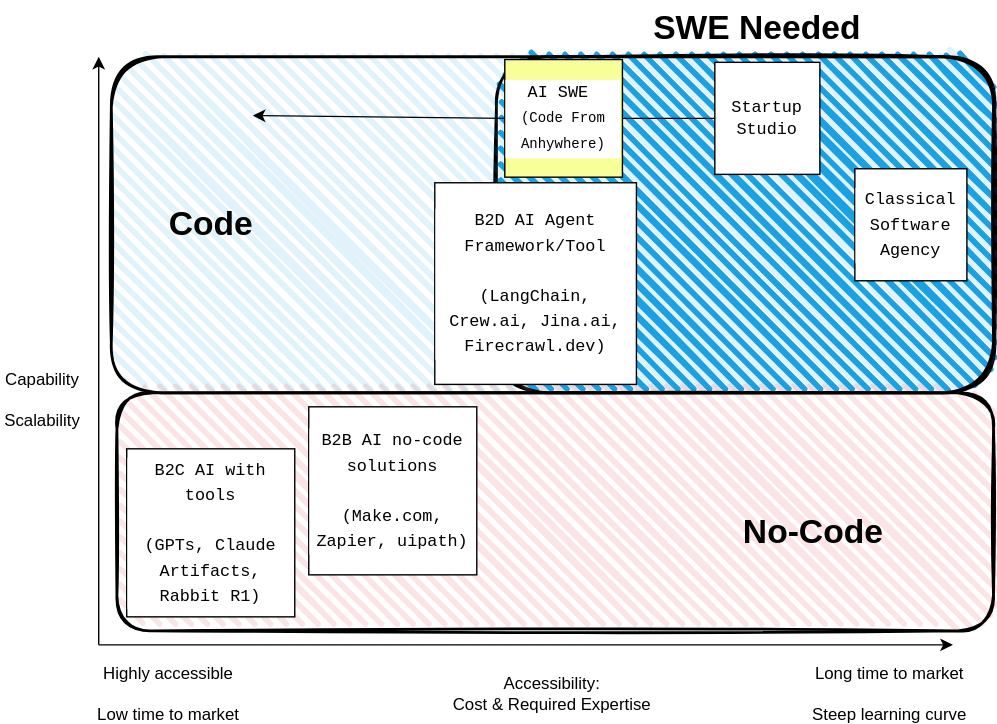
The draw.io diagram public/pitchdeck/landscape-cfa.drawio.svg in CodeFromAnywhere/actionschema-homepage, before a commit. Source tidied: cells renumbered, new cells last; positions are measured from the earlier drawing's top-left corner, leaving out a move shared by most shapes.
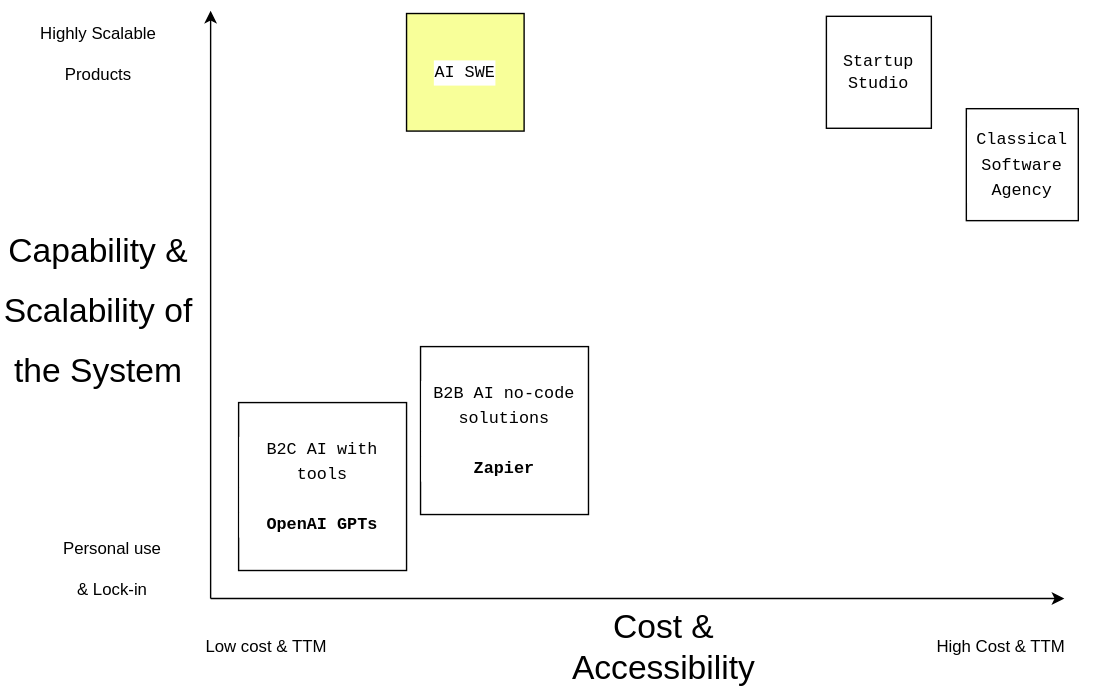
After the commit.

Diff of the diagram source:
```diff
@@ -2,44 +2,29 @@
   <root>
     <mxCell id="0" />
     <mxCell id="1" parent="0" />
-    <mxCell id="2" style="rounded=1;whiteSpace=wrap;html=1;strokeWidth=2;fillWeight=4;hachureGap=8;hachureAngle=45;fillColor=#1ba1e2;sketch=1;" parent="1" vertex="1">
-      <mxGeometry x="354" y="40" width="356" height="240" as="geometry" />
-    </mxCell>
-    <mxCell id="3" style="rounded=1;whiteSpace=wrap;html=1;strokeWidth=2;fillWeight=4;hachureGap=8;hachureAngle=45;fillColor=#E2394422;sketch=1;" parent="1" vertex="1">
-      <mxGeometry x="83" y="280" width="626" height="170" as="geometry" />
-    </mxCell>
-    <mxCell id="4" style="rounded=1;whiteSpace=wrap;html=1;strokeWidth=2;fillWeight=4;hachureGap=8;hachureAngle=45;fillColor=#1BA1E222;sketch=1;" parent="1" vertex="1">
-      <mxGeometry x="79" y="40" width="630" height="240" as="geometry" />
-    </mxCell>
-    <mxCell id="5" value="Capability&lt;br&gt;&lt;br&gt;Scalability" style="text;html=1;strokeColor=none;fillColor=none;align=center;verticalAlign=middle;whiteSpace=wrap;rounded=0;" parent="1" vertex="1">
-      <mxGeometry y="270" width="60" height="30" as="geometry" />
-    </mxCell>
-    <mxCell id="6" value="Accessibility:&lt;br&gt;Cost &amp;amp; Required Expertise" style="text;html=1;strokeColor=none;fillColor=none;align=center;verticalAlign=middle;whiteSpace=wrap;rounded=0;" parent="1" vertex="1">
+    <mxCell id="6" value="&lt;font style=&quot;font-size: 24px;&quot;&gt;Cost &amp;amp; Accessibility&lt;/font&gt;" style="text;html=1;strokeColor=none;fillColor=none;align=center;verticalAlign=middle;whiteSpace=wrap;rounded=0;" parent="1" vertex="1">
       <mxGeometry x="314" y="480" width="160" height="30" as="geometry" />
     </mxCell>
-    <mxCell id="7" value="&lt;div style=&quot;background-color: rgb(255, 255, 255); font-family: Menlo, Monaco, &amp;quot;Courier New&amp;quot;, monospace; line-height: 18px;&quot;&gt;B2C AI with tools&lt;/div&gt;&lt;div style=&quot;background-color: rgb(255, 255, 255); font-family: Menlo, Monaco, &amp;quot;Courier New&amp;quot;, monospace; line-height: 18px;&quot;&gt;&lt;br&gt;&lt;/div&gt;&lt;div style=&quot;background-color: rgb(255, 255, 255); font-family: Menlo, Monaco, &amp;quot;Courier New&amp;quot;, monospace; line-height: 18px;&quot;&gt;(GPTs, Claude Artifacts, Rabbit R1)&lt;/div&gt;" style="whiteSpace=wrap;html=1;" parent="1" vertex="1">
+    <mxCell id="7" value="&lt;div style=&quot;background-color: rgb(255, 255, 255); font-family: Menlo, Monaco, &amp;quot;Courier New&amp;quot;, monospace; line-height: 18px;&quot;&gt;B2C AI with tools&lt;/div&gt;&lt;div style=&quot;background-color: rgb(255, 255, 255); font-family: Menlo, Monaco, &amp;quot;Courier New&amp;quot;, monospace; line-height: 18px;&quot;&gt;&lt;br&gt;&lt;/div&gt;&lt;div style=&quot;background-color: rgb(255, 255, 255); font-family: Menlo, Monaco, &amp;quot;Courier New&amp;quot;, monospace; line-height: 18px;&quot;&gt;&lt;b&gt;OpenAI GPTs&lt;/b&gt;&lt;/div&gt;" style="whiteSpace=wrap;html=1;" parent="1" vertex="1">
       <mxGeometry x="90" y="320" width="120" height="120" as="geometry" />
     </mxCell>
-    <mxCell id="8" value="&lt;div style=&quot;background-color: rgb(255, 255, 255); font-family: Menlo, Monaco, &amp;quot;Courier New&amp;quot;, monospace; line-height: 18px;&quot;&gt;B2B AI no-code solutions&lt;/div&gt;&lt;div style=&quot;background-color: rgb(255, 255, 255); font-family: Menlo, Monaco, &amp;quot;Courier New&amp;quot;, monospace; line-height: 18px;&quot;&gt;&lt;br&gt;&lt;/div&gt;&lt;div style=&quot;background-color: rgb(255, 255, 255); font-family: Menlo, Monaco, &amp;quot;Courier New&amp;quot;, monospace; line-height: 18px;&quot;&gt;(Make.com, Zapier, uipath)&lt;/div&gt;" style="rounded=0;whiteSpace=wrap;html=1;" parent="1" vertex="1">
-      <mxGeometry x="220" y="290" width="120" height="120" as="geometry" />
+    <mxCell id="8" value="&lt;div style=&quot;background-color: rgb(255, 255, 255); font-family: Menlo, Monaco, &amp;quot;Courier New&amp;quot;, monospace; line-height: 18px;&quot;&gt;B2B AI no-code solutions&lt;/div&gt;&lt;div style=&quot;background-color: rgb(255, 255, 255); font-family: Menlo, Monaco, &amp;quot;Courier New&amp;quot;, monospace; line-height: 18px;&quot;&gt;&lt;br&gt;&lt;/div&gt;&lt;div style=&quot;background-color: rgb(255, 255, 255); font-family: Menlo, Monaco, &amp;quot;Courier New&amp;quot;, monospace; line-height: 18px;&quot;&gt;&lt;b&gt;Zapier&lt;/b&gt;&lt;/div&gt;" style="rounded=0;whiteSpace=wrap;html=1;" parent="1" vertex="1">
+      <mxGeometry x="220" y="280" width="120" height="120" as="geometry" />
     </mxCell>
     <mxCell id="9" value="&lt;div style=&quot;background-color: rgb(255, 255, 255); font-family: Menlo, Monaco, &amp;quot;Courier New&amp;quot;, monospace; line-height: 18px;&quot;&gt;Classical Software Agency&lt;/div&gt;" style="whiteSpace=wrap;html=1;" parent="1" vertex="1">
-      <mxGeometry x="610" y="120" width="80" height="80" as="geometry" />
+      <mxGeometry x="610" y="110" width="80" height="80" as="geometry" />
     </mxCell>
-    <mxCell id="10" value="&lt;div style=&quot;background-color: rgb(255, 255, 255); font-family: Menlo, Monaco, &amp;quot;Courier New&amp;quot;, monospace; line-height: 18px;&quot;&gt;&lt;div style=&quot;line-height: 18px;&quot;&gt;B2D AI Agent Framework/Tool&lt;/div&gt;&lt;div style=&quot;line-height: 18px;&quot;&gt;&lt;br&gt;&lt;/div&gt;&lt;div style=&quot;line-height: 18px;&quot;&gt;&lt;div style=&quot;line-height: 18px;&quot;&gt;(LangChain, Crew.ai, Jina.ai, Firecrawl.dev)&lt;/div&gt;&lt;/div&gt;&lt;/div&gt;" style="whiteSpace=wrap;html=1;" parent="1" vertex="1">
-      <mxGeometry x="310" y="130" width="144" height="144" as="geometry" />
-    </mxCell>
     <mxCell id="11" style="endArrow=classic;html=1;" parent="1" edge="1">
       <mxGeometry relative="1" as="geometry">
         <mxPoint x="70" y="460" as="sourcePoint" />
         <mxPoint x="680" y="460" as="targetPoint" />
       </mxGeometry>
     </mxCell>
-    <mxCell id="12" value="Highly accessible&lt;br&gt;&lt;br&gt;Low time to market" style="text;html=1;strokeColor=none;fillColor=none;align=center;verticalAlign=middle;whiteSpace=wrap;rounded=0;" parent="1" vertex="1">
-      <mxGeometry x="60" y="480" width="120" height="30" as="geometry" />
+    <mxCell id="12" value="Low cost &amp;amp; TTM" style="text;html=1;strokeColor=none;fillColor=none;align=center;verticalAlign=middle;whiteSpace=wrap;rounded=0;" parent="1" vertex="1">
+      <mxGeometry x="50" y="480" width="120" height="30" as="geometry" />
     </mxCell>
-    <mxCell id="13" value="Long time to market&lt;br&gt;&lt;br&gt;Steep learning curve" style="text;html=1;strokeColor=none;fillColor=none;align=center;verticalAlign=middle;whiteSpace=wrap;rounded=0;" parent="1" vertex="1">
-      <mxGeometry x="570" y="480" width="130" height="30" as="geometry" />
+    <mxCell id="13" value="High Cost &amp;amp; TTM" style="text;html=1;strokeColor=none;fillColor=none;align=center;verticalAlign=middle;whiteSpace=wrap;rounded=0;" parent="1" vertex="1">
+      <mxGeometry x="570" y="470" width="130" height="50" as="geometry" />
     </mxCell>
     <mxCell id="14" style="endArrow=classic;html=1;" parent="1" edge="1">
       <mxGeometry relative="1" as="geometry">
@@ -47,28 +32,20 @@
         <mxPoint x="70" y="40" as="targetPoint" />
       </mxGeometry>
     </mxCell>
-    <mxCell id="15" style="endArrow=classic;html=1;exitX=0;exitY=0.5;exitDx=0;exitDy=0;startArrow=none;" parent="1" edge="1" source="18">
-      <mxGeometry relative="1" as="geometry">
-        <mxPoint x="180" y="82" as="targetPoint" />
-      </mxGeometry>
-    </mxCell>
     <mxCell id="16" value="&lt;span style=&quot;font-family: Menlo, Monaco, &amp;quot;Courier New&amp;quot;, monospace; background-color: rgb(255, 255, 255);&quot;&gt;Startup Studio&lt;/span&gt;" style="rounded=0;whiteSpace=wrap;html=1;" parent="1" vertex="1">
       <mxGeometry x="510" y="44" width="75" height="80" as="geometry" />
     </mxCell>
-    <mxCell id="17" style="endArrow=none;html=1;exitX=0;exitY=0.5;exitDx=0;exitDy=0;" parent="1" edge="1" source="16" target="18">
-      <mxGeometry relative="1" as="geometry" />
-    </mxCell>
-    <mxCell id="18" value="&lt;div style=&quot;border-color: var(--border-color); background-color: rgb(255, 255, 255); font-family: Menlo, Monaco, &amp;quot;Courier New&amp;quot;, monospace; line-height: 18px;&quot;&gt;AI SWE&amp;nbsp;&lt;/div&gt;&lt;div style=&quot;border-color: var(--border-color); background-color: rgb(255, 255, 255); font-family: Menlo, Monaco, &amp;quot;Courier New&amp;quot;, monospace; line-height: 18px;&quot;&gt;&lt;font style=&quot;font-size: 10px;&quot;&gt;(Code From Anhywhere)&lt;/font&gt;&lt;/div&gt;" style="whiteSpace=wrap;html=1;fillColor=#F8FF99;" parent="1" vertex="1">
-      <mxGeometry x="360" y="42" width="84" height="84" as="geometry" />
+    <mxCell id="18" value="&lt;div style=&quot;border-color: var(--border-color); background-color: rgb(255, 255, 255); font-family: Menlo, Monaco, &amp;quot;Courier New&amp;quot;, monospace; line-height: 18px;&quot;&gt;AI SWE&lt;/div&gt;" style="whiteSpace=wrap;html=1;fillColor=#F8FF99;" parent="1" vertex="1">
+      <mxGeometry x="210" y="42" width="84" height="84" as="geometry" />
     </mxCell>
-    <mxCell id="19" value="Code" style="text;strokeColor=none;fillColor=none;html=1;fontSize=24;fontStyle=1;verticalAlign=middle;align=center;" parent="1" vertex="1">
-      <mxGeometry x="100" y="140" width="100" height="40" as="geometry" />
-    </mxCell>
-    <mxCell id="20" value="No-Code" style="text;strokeColor=none;fillColor=none;html=1;fontSize=24;fontStyle=1;verticalAlign=middle;align=center;" parent="1" vertex="1">
-      <mxGeometry x="530" y="360" width="100" height="40" as="geometry" />
-    </mxCell>
-    <mxCell id="21" value="SWE Needed" style="text;strokeColor=none;fillColor=none;html=1;fontSize=24;fontStyle=1;verticalAlign=middle;align=center;" parent="1" vertex="1">
-      <mxGeometry x="490" width="100" height="40" as="geometry" />
+    <mxCell id="21" value="&lt;font style=&quot;font-size: 24px;&quot;&gt;Capability &amp;amp; Scalability of the System&lt;/font&gt;" style="text;html=1;strokeColor=none;fillColor=none;align=center;verticalAlign=middle;whiteSpace=wrap;rounded=0;fontSize=36;" parent="1" vertex="1">
+      <mxGeometry x="-80" y="190" width="140" height="120" as="geometry" />
     </mxCell>
+    <mxCell id="22" value="&lt;font style=&quot;font-size: 12px;&quot;&gt;Personal use &amp;amp; Lock-in&lt;/font&gt;" style="text;html=1;strokeColor=none;fillColor=none;align=center;verticalAlign=middle;whiteSpace=wrap;rounded=0;fontSize=24;" parent="1" vertex="1">
+      <mxGeometry x="-40" y="410" width="80" height="50" as="geometry" />
+    </mxCell>
+    <mxCell id="23" value="&lt;font style=&quot;font-size: 12px;&quot;&gt;Highly Scalable Products&lt;/font&gt;" style="text;html=1;strokeColor=none;fillColor=none;align=center;verticalAlign=middle;whiteSpace=wrap;rounded=0;fontSize=24;" parent="1" vertex="1">
+      <mxGeometry x="-65" y="42" width="110" height="50" as="geometry" />
+    </mxCell>
   </root>
 </mxGraphModel>
```
